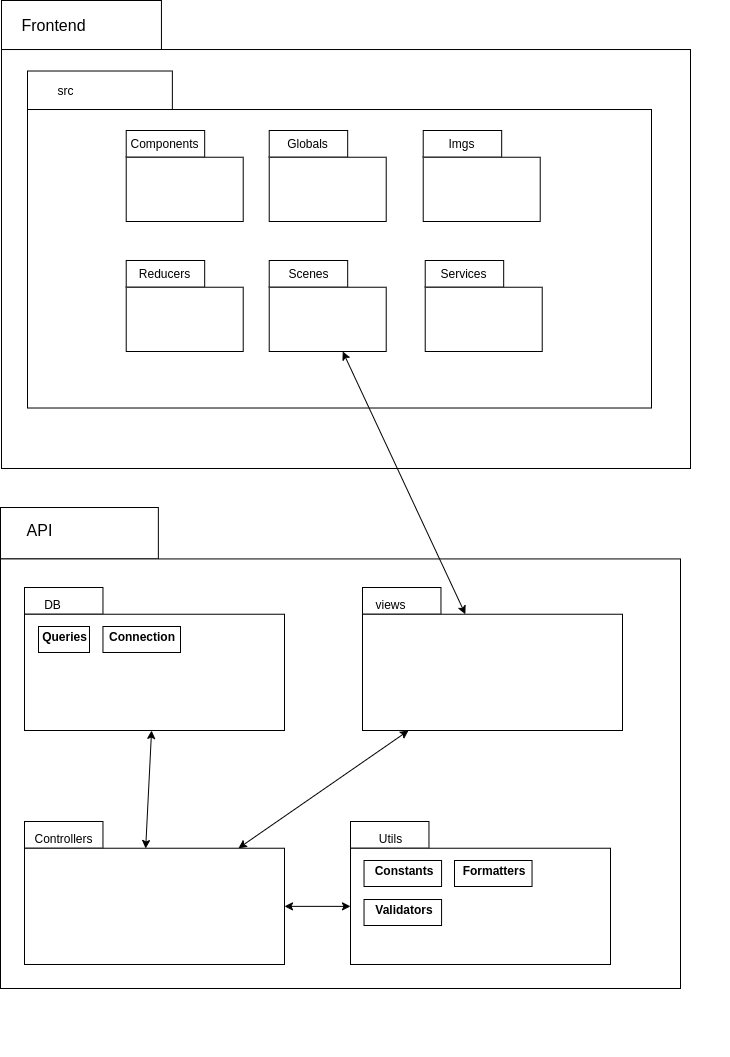
The draw.io diagram docs/software/imgs/pacotes.png in PI2-viticultura/SmartVit, before a commit. Source tidied: cells renumbered, new cells last; positions are measured from the earlier drawing's top-left corner, leaving out a move shared by most shapes.
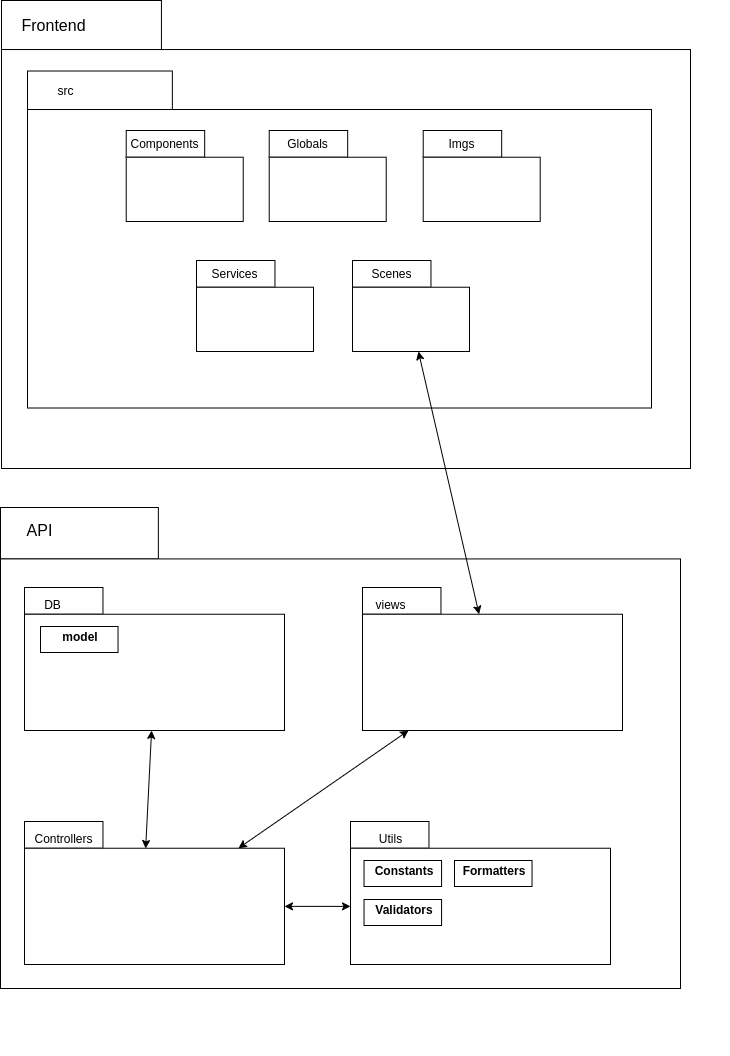
After the change.

What changed in the source:
```diff
@@ -101,11 +101,8 @@
     <mxCell id="34" style="rounded=0;whiteSpace=wrap;html=1;" parent="30" vertex="1">
       <mxGeometry y="26.7" width="260" height="116.3" as="geometry" />
     </mxCell>
-    <mxCell id="35" value="&lt;p style=&quot;margin: 0px ; margin-top: 4px ; text-align: center&quot;&gt;&lt;b&gt;Queries&lt;/b&gt;&lt;/p&gt;" style="verticalAlign=top;align=left;overflow=fill;fontSize=12;fontFamily=Helvetica;html=1;fillColor=none;gradientColor=none;" parent="30" vertex="1">
-      <mxGeometry x="14" y="39" width="51" height="26" as="geometry" />
-    </mxCell>
-    <mxCell id="36" value="&lt;p style=&quot;margin: 0px ; margin-top: 4px ; text-align: center&quot;&gt;&lt;b&gt;Connection&lt;/b&gt;&lt;/p&gt;" style="verticalAlign=top;align=left;overflow=fill;fontSize=12;fontFamily=Helvetica;html=1;fillColor=none;gradientColor=none;" parent="30" vertex="1">
-      <mxGeometry x="78.5" y="39" width="77.5" height="26" as="geometry" />
+    <mxCell id="36" value="&lt;p style=&quot;margin: 0px ; margin-top: 4px ; text-align: center&quot;&gt;&lt;b&gt;model&lt;/b&gt;&lt;/p&gt;" style="verticalAlign=top;align=left;overflow=fill;fontSize=12;fontFamily=Helvetica;html=1;fillColor=none;gradientColor=none;" parent="30" vertex="1">
+      <mxGeometry x="16" y="39" width="77.5" height="26" as="geometry" />
     </mxCell>
     <mxCell id="37" style="group;" parent="1" vertex="1">
       <mxGeometry x="1" width="728" height="517" as="geometry" />
@@ -173,20 +170,8 @@
     <mxCell id="58" style="rounded=0;whiteSpace=wrap;html=1;" parent="42" vertex="1">
       <mxGeometry x="395.7" y="86.2" width="117" height="64.3" as="geometry" />
     </mxCell>
-    <mxCell id="59" style="group;" parent="42" vertex="1">
-      <mxGeometry x="98.7" y="189.5" width="83.3" height="29.7" as="geometry" />
-    </mxCell>
-    <mxCell id="60" style="rounded=0;whiteSpace=wrap;html=1;" parent="59" vertex="1">
-      <mxGeometry width="78.5" height="26.7" as="geometry" />
-    </mxCell>
-    <mxCell id="61" value="Reducers" style="text;html=1;align=center;verticalAlign=middle;" parent="59" vertex="1">
-      <mxGeometry x="5.3" y="0.4" width="65" height="26" as="geometry" />
-    </mxCell>
-    <mxCell id="62" style="rounded=0;whiteSpace=wrap;html=1;" parent="42" vertex="1">
-      <mxGeometry x="98.7" y="216.2" width="117" height="64.3" as="geometry" />
-    </mxCell>
     <mxCell id="63" style="group;" parent="42" vertex="1">
-      <mxGeometry x="241.7" y="189.5" width="83.3" height="29.7" as="geometry" />
+      <mxGeometry x="325" y="189.5" width="83.3" height="29.7" as="geometry" />
     </mxCell>
     <mxCell id="64" style="rounded=0;whiteSpace=wrap;html=1;" parent="63" vertex="1">
       <mxGeometry width="78.5" height="26.7" as="geometry" />
@@ -195,10 +180,10 @@
       <mxGeometry x="6.3" y="0.4" width="65" height="26" as="geometry" />
     </mxCell>
     <mxCell id="66" style="rounded=0;whiteSpace=wrap;html=1;" parent="42" vertex="1">
-      <mxGeometry x="241.7" y="216.2" width="117" height="64.3" as="geometry" />
+      <mxGeometry x="325" y="216.2" width="117" height="64.3" as="geometry" />
     </mxCell>
     <mxCell id="67" style="group;" parent="42" vertex="1">
-      <mxGeometry x="397.7" y="189.5" width="83.3" height="29.7" as="geometry" />
+      <mxGeometry x="169" y="189.5" width="83.3" height="29.7" as="geometry" />
     </mxCell>
     <mxCell id="68" style="rounded=0;whiteSpace=wrap;html=1;" parent="67" vertex="1">
       <mxGeometry width="78.5" height="26.7" as="geometry" />
@@ -207,7 +192,7 @@
       <mxGeometry x="5.3" y="0.4" width="65" height="26" as="geometry" />
     </mxCell>
     <mxCell id="70" style="rounded=0;whiteSpace=wrap;html=1;" parent="42" vertex="1">
-      <mxGeometry x="397.7" y="216.2" width="117" height="64.3" as="geometry" />
+      <mxGeometry x="169" y="216.2" width="117" height="64.3" as="geometry" />
     </mxCell>
     <mxCell id="71" style="edgeStyle=none;rounded=0;jettySize=auto;html=1;startArrow=classic;startFill=1;" parent="1" edge="1" source="66" target="11">
       <mxGeometry relative="1" as="geometry" />
```
